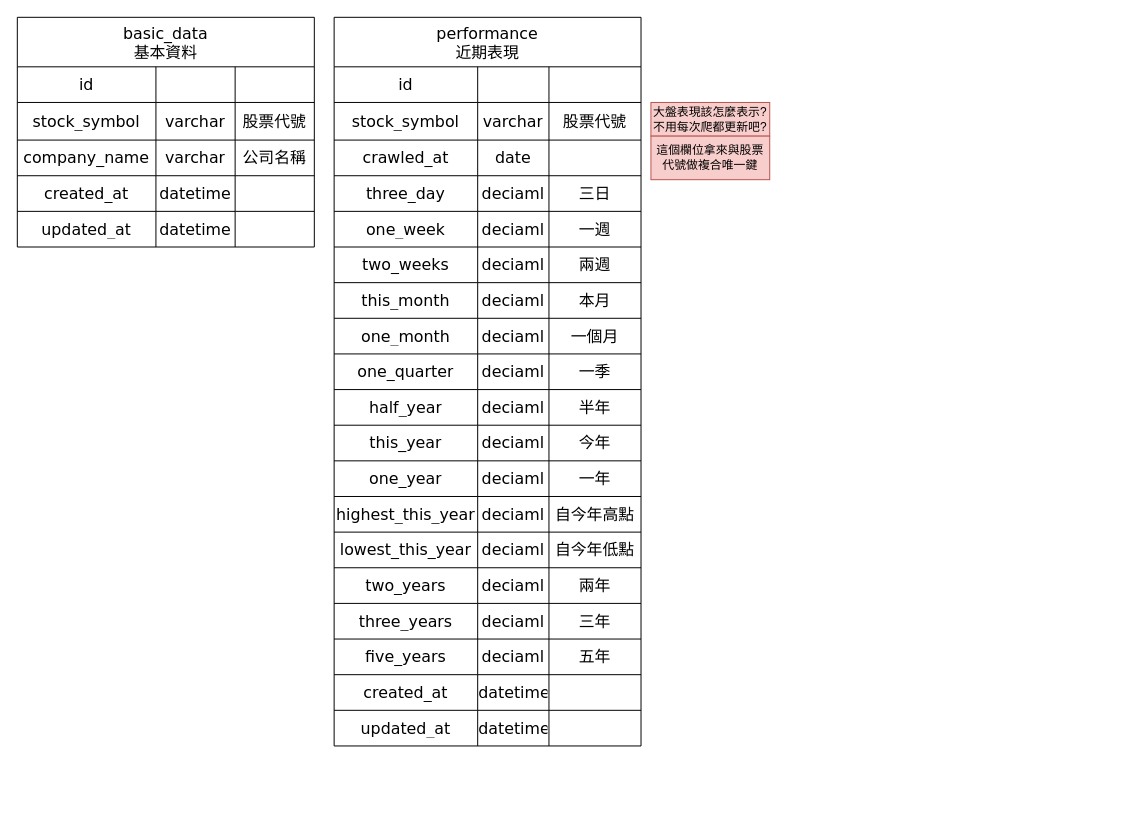
The draw.io diagram page "近期表現" (2 of 2) of 作品集.drawio in charlieAJC/self-learing-python, before the edit. Source tidied: cells renumbered, new cells numbered last; positions are measured from the earlier drawing's top-left corner, leaving out a move shared by most shapes. Both pictures are drawn from the tidied source at 99%, with x=0, y=0 at pixel (17, 17).
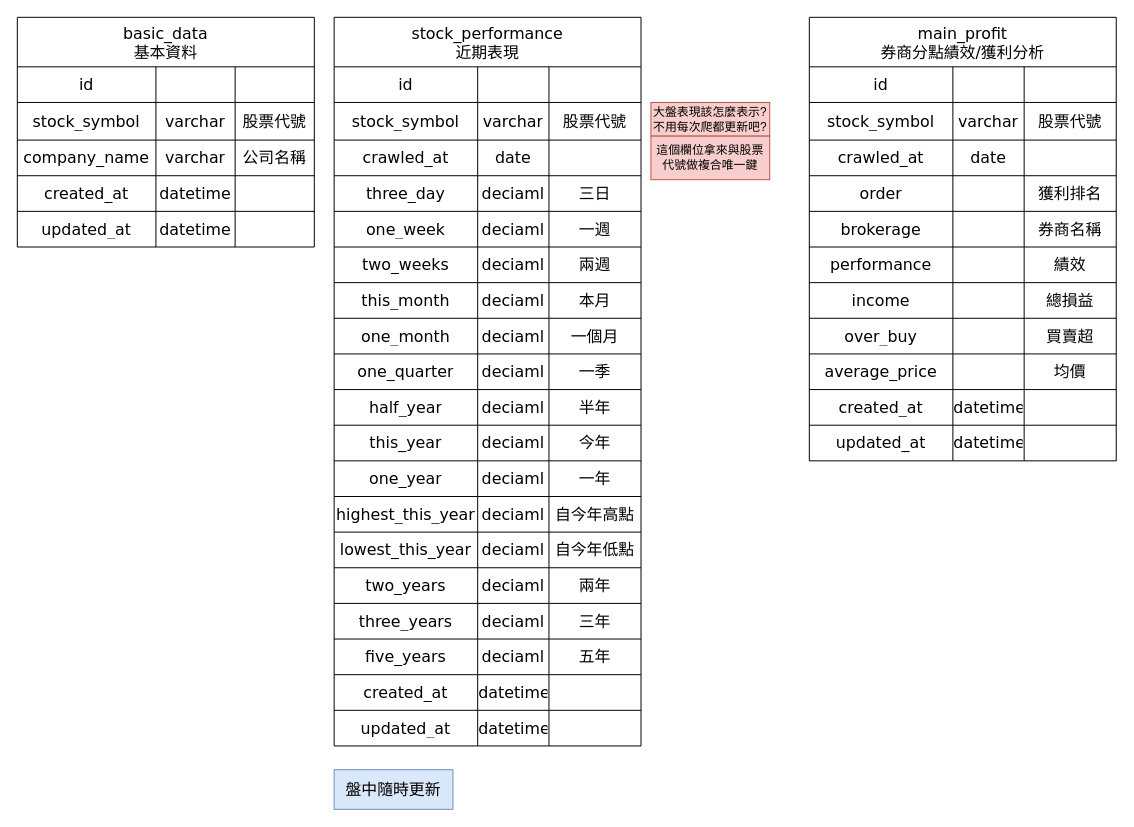
The same page after the edit.

What changed in the source:
```diff
@@
-    <mxCell id="23" value="performance&#10;近期表現" style="shape=table;startSize=50;childLayout=tableLayout;fontStyle=0;align=center;fontFamily=Verdana;fontSize=16;" parent="1" vertex="1">
+    <mxCell id="23" value="stock_performance&#10;近期表現" style="shape=table;startSize=50;childLayout=tableLayout;fontStyle=0;align=center;fontFamily=Verdana;fontSize=16;" parent="1" vertex="1">
       <mxGeometry x="320" width="310" height="736" as="geometry" />
     </mxCell>
@@
+    <mxCell id="102" value="main_profit&#10;券商分點績效/獲利分析" style="shape=table;startSize=50;childLayout=tableLayout;fontStyle=0;align=center;fontFamily=Verdana;fontSize=16;" parent="1" vertex="1">
+      <mxGeometry x="800" width="310" height="448" as="geometry" />
+    </mxCell>
+    <mxCell id="103" style="shape=partialRectangle;html=1;whiteSpace=wrap;fillColor=none;top=0;left=0;bottom=0;right=0;fontFamily=Verdana;fontSize=16;" parent="102" vertex="1">
+      <mxGeometry y="50" width="310" height="36" as="geometry" />
+    </mxCell>
+    <mxCell id="104" value="id" style="shape=partialRectangle;html=1;whiteSpace=wrap;fillColor=none;top=0;left=0;bottom=0;right=0;overflow=hidden;fontFamily=Verdana;fontSize=16;" parent="103" vertex="1">
+      <mxGeometry width="145" height="36" as="geometry" />
+    </mxCell>
+    <mxCell id="105" style="shape=partialRectangle;html=1;whiteSpace=wrap;fillColor=none;top=0;left=0;bottom=0;right=0;overflow=hidden;fontFamily=Verdana;fontSize=16;" parent="103" vertex="1">
+      <mxGeometry x="145" width="72" height="36" as="geometry" />
+    </mxCell>
+    <mxCell id="106" style="shape=partialRectangle;html=1;whiteSpace=wrap;fillColor=none;top=0;left=0;bottom=0;right=0;overflow=hidden;fontFamily=Verdana;fontSize=16;" parent="103" vertex="1">
+      <mxGeometry x="217" width="93" height="36" as="geometry" />
+    </mxCell>
+    <mxCell id="107" style="shape=partialRectangle;html=1;whiteSpace=wrap;fillColor=none;top=0;left=0;bottom=0;right=0;fontFamily=Verdana;fontSize=16;" parent="102" vertex="1">
+      <mxGeometry y="86" width="310" height="38" as="geometry" />
+    </mxCell>
+    <mxCell id="108" value="stock_symbol" style="shape=partialRectangle;html=1;whiteSpace=wrap;fillColor=none;top=0;left=0;bottom=0;right=0;overflow=hidden;fontFamily=Verdana;fontSize=16;" parent="107" vertex="1">
+      <mxGeometry width="145" height="38" as="geometry" />
+    </mxCell>
+    <mxCell id="109" value="&lt;span&gt;varchar&lt;/span&gt;" style="shape=partialRectangle;html=1;whiteSpace=wrap;fillColor=none;top=0;left=0;bottom=0;right=0;overflow=hidden;fontFamily=Verdana;fontSize=16;" parent="107" vertex="1">
+      <mxGeometry x="145" width="72" height="38" as="geometry" />
+    </mxCell>
+    <mxCell id="110" value="股票代號" style="shape=partialRectangle;html=1;whiteSpace=wrap;fillColor=none;top=0;left=0;bottom=0;right=0;overflow=hidden;fontFamily=Verdana;fontSize=16;" parent="107" vertex="1">
+      <mxGeometry x="217" width="93" height="38" as="geometry" />
+    </mxCell>
+    <mxCell id="111" style="shape=partialRectangle;html=1;whiteSpace=wrap;fillColor=none;top=0;left=0;bottom=0;right=0;fontFamily=Verdana;fontSize=16;" parent="102" vertex="1">
+      <mxGeometry y="124" width="310" height="36" as="geometry" />
+    </mxCell>
+    <mxCell id="112" value="crawled_at" style="shape=partialRectangle;html=1;whiteSpace=wrap;fillColor=none;top=0;left=0;bottom=0;right=0;overflow=hidden;fontFamily=Verdana;fontSize=16;" parent="111" vertex="1">
+      <mxGeometry width="145" height="36" as="geometry" />
+    </mxCell>
+    <mxCell id="113" value="date" style="shape=partialRectangle;html=1;whiteSpace=wrap;fillColor=none;top=0;left=0;bottom=0;right=0;overflow=hidden;fontFamily=Verdana;fontSize=16;" parent="111" vertex="1">
+      <mxGeometry x="145" width="72" height="36" as="geometry" />
+    </mxCell>
+    <mxCell id="114" style="shape=partialRectangle;html=1;whiteSpace=wrap;fillColor=none;top=0;left=0;bottom=0;right=0;overflow=hidden;fontFamily=Verdana;fontSize=16;" parent="111" vertex="1">
+      <mxGeometry x="217" width="93" height="36" as="geometry" />
+    </mxCell>
+    <mxCell id="115" style="shape=partialRectangle;html=1;whiteSpace=wrap;fillColor=none;top=0;left=0;bottom=0;right=0;fontFamily=Verdana;fontSize=16;" parent="102" vertex="1">
+      <mxGeometry y="160" width="310" height="36" as="geometry" />
+    </mxCell>
+    <mxCell id="116" value="order" style="shape=partialRectangle;html=1;whiteSpace=wrap;fillColor=none;top=0;left=0;bottom=0;right=0;overflow=hidden;fontFamily=Verdana;fontSize=16;" parent="115" vertex="1">
+      <mxGeometry width="145" height="36" as="geometry" />
+    </mxCell>
+    <mxCell id="117" style="shape=partialRectangle;html=1;whiteSpace=wrap;fillColor=none;top=0;left=0;bottom=0;right=0;overflow=hidden;fontFamily=Verdana;fontSize=16;" parent="115" vertex="1">
+      <mxGeometry x="145" width="72" height="36" as="geometry" />
+    </mxCell>
+    <mxCell id="118" value="獲利排名" style="shape=partialRectangle;html=1;whiteSpace=wrap;fillColor=none;top=0;left=0;bottom=0;right=0;overflow=hidden;fontFamily=Verdana;fontSize=16;" parent="115" vertex="1">
+      <mxGeometry x="217" width="93" height="36" as="geometry" />
+    </mxCell>
+    <mxCell id="119" style="shape=partialRectangle;html=1;whiteSpace=wrap;fillColor=none;top=0;left=0;bottom=0;right=0;fontFamily=Verdana;fontSize=16;" parent="102" vertex="1">
+      <mxGeometry y="196" width="310" height="36" as="geometry" />
+    </mxCell>
+    <mxCell id="120" value="brokerage" style="shape=partialRectangle;html=1;whiteSpace=wrap;fillColor=none;top=0;left=0;bottom=0;right=0;overflow=hidden;fontFamily=Verdana;fontSize=16;" parent="119" vertex="1">
+      <mxGeometry width="145" height="36" as="geometry" />
+    </mxCell>
+    <mxCell id="121" style="shape=partialRectangle;html=1;whiteSpace=wrap;fillColor=none;top=0;left=0;bottom=0;right=0;overflow=hidden;fontFamily=Verdana;fontSize=16;" parent="119" vertex="1">
+      <mxGeometry x="145" width="72" height="36" as="geometry" />
+    </mxCell>
+    <mxCell id="122" value="券商名稱" style="shape=partialRectangle;html=1;whiteSpace=wrap;fillColor=none;top=0;left=0;bottom=0;right=0;overflow=hidden;fontFamily=Verdana;fontSize=16;" parent="119" vertex="1">
+      <mxGeometry x="217" width="93" height="36" as="geometry" />
+    </mxCell>
+    <mxCell id="123" style="shape=partialRectangle;html=1;whiteSpace=wrap;fillColor=none;top=0;left=0;bottom=0;right=0;fontFamily=Verdana;fontSize=16;" parent="102" vertex="1">
+      <mxGeometry y="232" width="310" height="36" as="geometry" />
+    </mxCell>
+    <mxCell id="124" value="performance" style="shape=partialRectangle;html=1;whiteSpace=wrap;fillColor=none;top=0;left=0;bottom=0;right=0;overflow=hidden;fontFamily=Verdana;fontSize=16;" parent="123" vertex="1">
+      <mxGeometry width="145" height="36" as="geometry" />
+    </mxCell>
+    <mxCell id="125" style="shape=partialRectangle;html=1;whiteSpace=wrap;fillColor=none;top=0;left=0;bottom=0;right=0;overflow=hidden;fontFamily=Verdana;fontSize=16;" parent="123" vertex="1">
+      <mxGeometry x="145" width="72" height="36" as="geometry" />
+    </mxCell>
+    <mxCell id="126" value="績效" style="shape=partialRectangle;html=1;whiteSpace=wrap;fillColor=none;top=0;left=0;bottom=0;right=0;overflow=hidden;fontFamily=Verdana;fontSize=16;" parent="123" vertex="1">
+      <mxGeometry x="217" width="93" height="36" as="geometry" />
+    </mxCell>
+    <mxCell id="127" style="shape=partialRectangle;html=1;whiteSpace=wrap;fillColor=none;top=0;left=0;bottom=0;right=0;fontFamily=Verdana;fontSize=16;" parent="102" vertex="1">
+      <mxGeometry y="268" width="310" height="36" as="geometry" />
+    </mxCell>
+    <mxCell id="128" value="income" style="shape=partialRectangle;html=1;whiteSpace=wrap;fillColor=none;top=0;left=0;bottom=0;right=0;overflow=hidden;fontFamily=Verdana;fontSize=16;" parent="127" vertex="1">
+      <mxGeometry width="145" height="36" as="geometry" />
+    </mxCell>
+    <mxCell id="129" style="shape=partialRectangle;html=1;whiteSpace=wrap;fillColor=none;top=0;left=0;bottom=0;right=0;overflow=hidden;fontFamily=Verdana;fontSize=16;" parent="127" vertex="1">
+      <mxGeometry x="145" width="72" height="36" as="geometry" />
+    </mxCell>
+    <mxCell id="130" value="總損益" style="shape=partialRectangle;html=1;whiteSpace=wrap;fillColor=none;top=0;left=0;bottom=0;right=0;overflow=hidden;fontFamily=Verdana;fontSize=16;" parent="127" vertex="1">
+      <mxGeometry x="217" width="93" height="36" as="geometry" />
+    </mxCell>
+    <mxCell id="131" style="shape=partialRectangle;html=1;whiteSpace=wrap;fillColor=none;top=0;left=0;bottom=0;right=0;fontFamily=Verdana;fontSize=16;" parent="102" vertex="1">
+      <mxGeometry y="304" width="310" height="36" as="geometry" />
+    </mxCell>
+    <mxCell id="132" value="over_buy" style="shape=partialRectangle;html=1;whiteSpace=wrap;fillColor=none;top=0;left=0;bottom=0;right=0;overflow=hidden;fontFamily=Verdana;fontSize=16;" parent="131" vertex="1">
+      <mxGeometry width="145" height="36" as="geometry" />
+    </mxCell>
+    <mxCell id="133" style="shape=partialRectangle;html=1;whiteSpace=wrap;fillColor=none;top=0;left=0;bottom=0;right=0;overflow=hidden;fontFamily=Verdana;fontSize=16;" parent="131" vertex="1">
+      <mxGeometry x="145" width="72" height="36" as="geometry" />
+    </mxCell>
+    <mxCell id="134" value="買賣超" style="shape=partialRectangle;html=1;whiteSpace=wrap;fillColor=none;top=0;left=0;bottom=0;right=0;overflow=hidden;fontFamily=Verdana;fontSize=16;" parent="131" vertex="1">
+      <mxGeometry x="217" width="93" height="36" as="geometry" />
+    </mxCell>
+    <mxCell id="135" style="shape=partialRectangle;html=1;whiteSpace=wrap;fillColor=none;top=0;left=0;bottom=0;right=0;fontFamily=Verdana;fontSize=16;" parent="102" vertex="1">
+      <mxGeometry y="340" width="310" height="36" as="geometry" />
+    </mxCell>
+    <mxCell id="136" value="average_price" style="shape=partialRectangle;html=1;whiteSpace=wrap;fillColor=none;top=0;left=0;bottom=0;right=0;overflow=hidden;fontFamily=Verdana;fontSize=16;" parent="135" vertex="1">
+      <mxGeometry width="145" height="36" as="geometry" />
+    </mxCell>
+    <mxCell id="137" style="shape=partialRectangle;html=1;whiteSpace=wrap;fillColor=none;top=0;left=0;bottom=0;right=0;overflow=hidden;fontFamily=Verdana;fontSize=16;" parent="135" vertex="1">
+      <mxGeometry x="145" width="72" height="36" as="geometry" />
+    </mxCell>
+    <mxCell id="138" value="均價" style="shape=partialRectangle;html=1;whiteSpace=wrap;fillColor=none;top=0;left=0;bottom=0;right=0;overflow=hidden;fontFamily=Verdana;fontSize=16;" parent="135" vertex="1">
+      <mxGeometry x="217" width="93" height="36" as="geometry" />
+    </mxCell>
+    <mxCell id="139" style="shape=partialRectangle;html=1;whiteSpace=wrap;fillColor=none;top=0;left=0;bottom=0;right=0;fontFamily=Verdana;fontSize=16;" parent="102" vertex="1">
+      <mxGeometry y="376" width="310" height="36" as="geometry" />
+    </mxCell>
+    <mxCell id="140" value="&lt;span&gt;created_at&lt;/span&gt;" style="shape=partialRectangle;html=1;whiteSpace=wrap;fillColor=none;top=0;left=0;bottom=0;right=0;overflow=hidden;fontFamily=Verdana;fontSize=16;" parent="139" vertex="1">
+      <mxGeometry width="145" height="36" as="geometry" />
+    </mxCell>
+    <mxCell id="141" value="&lt;span&gt;datetime&lt;/span&gt;" style="shape=partialRectangle;html=1;whiteSpace=wrap;fillColor=none;top=0;left=0;bottom=0;right=0;overflow=hidden;fontFamily=Verdana;fontSize=16;" parent="139" vertex="1">
+      <mxGeometry x="145" width="72" height="36" as="geometry" />
+    </mxCell>
+    <mxCell id="142" style="shape=partialRectangle;html=1;whiteSpace=wrap;fillColor=none;top=0;left=0;bottom=0;right=0;overflow=hidden;fontFamily=Verdana;fontSize=16;" parent="139" vertex="1">
+      <mxGeometry x="217" width="93" height="36" as="geometry" />
+    </mxCell>
+    <mxCell id="143" style="shape=partialRectangle;html=1;whiteSpace=wrap;fillColor=none;top=0;left=0;bottom=0;right=0;fontFamily=Verdana;fontSize=16;" parent="102" vertex="1">
+      <mxGeometry y="412" width="310" height="36" as="geometry" />
+    </mxCell>
+    <mxCell id="144" value="&lt;span&gt;updated_at&lt;/span&gt;" style="shape=partialRectangle;html=1;whiteSpace=wrap;fillColor=none;top=0;left=0;bottom=0;right=0;overflow=hidden;fontFamily=Verdana;fontSize=16;" parent="143" vertex="1">
+      <mxGeometry width="145" height="36" as="geometry" />
+    </mxCell>
+    <mxCell id="145" value="&lt;span&gt;datetime&lt;/span&gt;" style="shape=partialRectangle;html=1;whiteSpace=wrap;fillColor=none;top=0;left=0;bottom=0;right=0;overflow=hidden;fontFamily=Verdana;fontSize=16;" parent="143" vertex="1">
+      <mxGeometry x="145" width="72" height="36" as="geometry" />
+    </mxCell>
+    <mxCell id="146" style="shape=partialRectangle;html=1;whiteSpace=wrap;fillColor=none;top=0;left=0;bottom=0;right=0;overflow=hidden;fontFamily=Verdana;fontSize=16;" parent="143" vertex="1">
+      <mxGeometry x="217" width="93" height="36" as="geometry" />
+    </mxCell>
+    <mxCell id="147" value="&lt;font face=&quot;Verdana&quot; style=&quot;font-size: 16px&quot;&gt;盤中隨時更新&lt;/font&gt;" style="rounded=0;whiteSpace=wrap;html=1;fillColor=#dae8fc;strokeColor=#6c8ebf;" parent="1" vertex="1">
+      <mxGeometry x="320" y="760" width="120" height="40" as="geometry" />
+    </mxCell>
```
